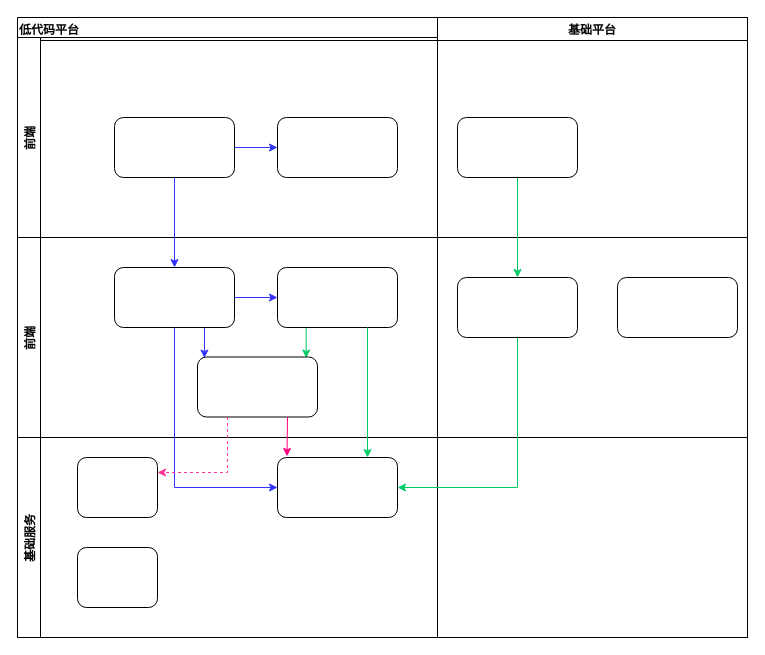
Above: Untitled Diagram.drawio in YBKTester/PeanutAutoTest (draw.io), before the change. Source tidied: cells renumbered, new cells numbered last; positions are measured from the earlier drawing's top-left corner, leaving out a move shared by most shapes. Both pictures are drawn from the tidied source at 100%, with x=0, y=0 at pixel (17, 17).
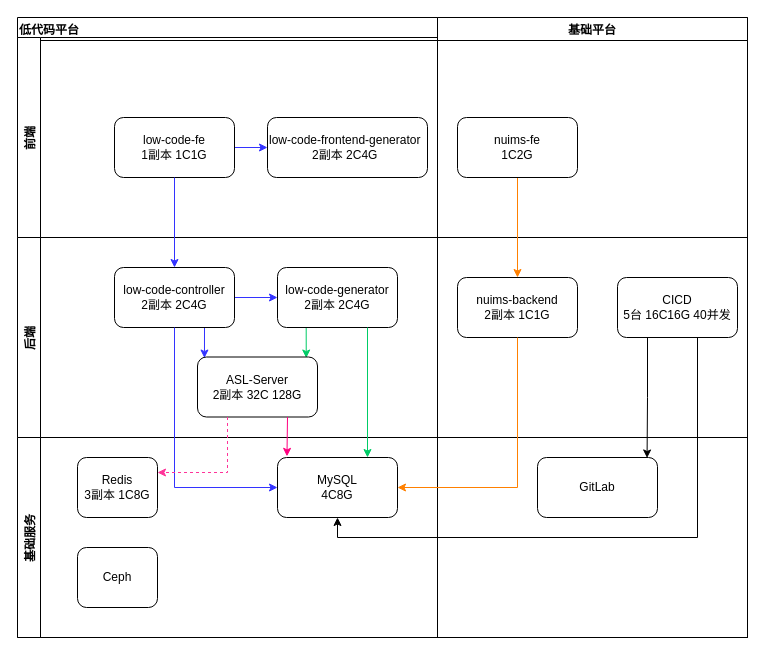
The same diagram, later.

Unchanged cells that the change refers to:
```xml
<mxCell id="2" value="低代码平台" style="swimlane;align=left;" parent="1" vertex="1">
  <mxGeometry width="730" height="620" as="geometry" />
</mxCell>
<mxCell id="3" value="前端" style="swimlane;horizontal=0;" parent="2" vertex="1">
  <mxGeometry y="20" width="730" height="200" as="geometry" />
</mxCell>
<mxCell id="14" value="基础服务" style="swimlane;horizontal=0;" parent="2" vertex="1">
  <mxGeometry y="420" width="730" height="200" as="geometry" />
</mxCell>
<mxCell id="23" value="基础平台" style="swimlane;" parent="1" vertex="1">
  <mxGeometry x="420" width="310" height="620" as="geometry" />
</mxCell>
```

The edit, as a diff of the source:
```diff
@@
-    <mxCell id="5" style="rounded=1;whiteSpace=wrap;html=1;align=left;" parent="3" vertex="1">
+    <mxCell id="5" value="low-code-fe&lt;br&gt;1副本 1C1G" style="rounded=1;whiteSpace=wrap;html=1;align=center;" parent="3" vertex="1">
       <mxGeometry x="97" y="80" width="120" height="60" as="geometry" />
     </mxCell>
-    <mxCell id="6" style="rounded=1;whiteSpace=wrap;html=1;align=left;" parent="3" vertex="1">
-      <mxGeometry x="260" y="80" width="120" height="60" as="geometry" />
+    <mxCell id="6" value="low-code-frontend-generator&lt;br&gt;&lt;div style=&quot;text-align: center&quot;&gt;&lt;span&gt;2副本 2C4G&lt;/span&gt;&lt;/div&gt;" style="rounded=1;whiteSpace=wrap;html=1;align=left;" parent="3" vertex="1">
+      <mxGeometry x="250" y="80" width="160" height="60" as="geometry" />
     </mxCell>
-    <mxCell id="7" value="前端" style="swimlane;horizontal=0;" parent="2" vertex="1">
+    <mxCell id="7" value="后端" style="swimlane;horizontal=0;" parent="2" vertex="1">
       <mxGeometry y="220" width="730" height="200" as="geometry" />
     </mxCell>
@@
-    <mxCell id="10" style="rounded=1;whiteSpace=wrap;html=1;align=left;" parent="7" vertex="1">
+    <mxCell id="10" value="low-code-controller&lt;br&gt;&lt;div style=&quot;&quot;&gt;&lt;span&gt;2副本 2C4G&lt;/span&gt;&lt;/div&gt;" style="rounded=1;whiteSpace=wrap;html=1;align=center;" parent="7" vertex="1">
       <mxGeometry x="97" y="30" width="120" height="60" as="geometry" />
     </mxCell>
@@
-    <mxCell id="12" style="rounded=1;whiteSpace=wrap;html=1;align=left;" parent="7" vertex="1">
+    <mxCell id="12" value="&lt;span&gt;low-code-&lt;/span&gt;generator&lt;br&gt;&lt;div style=&quot;&quot;&gt;2副本 2C4G&lt;/div&gt;" style="rounded=1;whiteSpace=wrap;html=1;align=center;" parent="7" vertex="1">
       <mxGeometry x="260" y="30" width="120" height="60" as="geometry" />
     </mxCell>
-    <mxCell id="13" style="rounded=1;whiteSpace=wrap;html=1;align=left;" parent="7" vertex="1">
+    <mxCell id="13" value="ASL-Server&lt;br&gt;2副本 32C 128G" style="rounded=1;whiteSpace=wrap;html=1;align=center;" parent="7" vertex="1">
       <mxGeometry x="180" y="119.5" width="120" height="60" as="geometry" />
     </mxCell>
@@
-    <mxCell id="15" style="rounded=1;whiteSpace=wrap;html=1;align=left;" parent="14" vertex="1">
+    <mxCell id="15" value="Redis&lt;br&gt;3副本 1C8G" style="rounded=1;whiteSpace=wrap;html=1;align=center;" parent="14" vertex="1">
       <mxGeometry x="60" y="20" width="80" height="60" as="geometry" />
     </mxCell>
-    <mxCell id="16" style="rounded=1;whiteSpace=wrap;html=1;align=left;" parent="14" vertex="1">
+    <mxCell id="16" value="MySQL&lt;br&gt;&lt;div style=&quot;&quot;&gt;&lt;span&gt;4C8G&lt;/span&gt;&lt;/div&gt;" style="rounded=1;whiteSpace=wrap;html=1;align=center;" parent="14" vertex="1">
       <mxGeometry x="260" y="20" width="120" height="60" as="geometry" />
     </mxCell>
-    <mxCell id="17" style="rounded=1;whiteSpace=wrap;html=1;align=left;" parent="14" vertex="1">
+    <mxCell id="17" value="Ceph" style="rounded=1;whiteSpace=wrap;html=1;align=center;" parent="14" vertex="1">
       <mxGeometry x="60" y="110" width="80" height="60" as="geometry" />
     </mxCell>
@@
-    <mxCell id="24" style="edgeStyle=orthogonalEdgeStyle;rounded=0;jettySize=auto;html=1;strokeColor=#00CC66;" parent="23" edge="1" source="25" target="26">
+    <mxCell id="24" style="edgeStyle=orthogonalEdgeStyle;rounded=0;jettySize=auto;html=1;strokeColor=#FF8000;fontColor=#FF8000;" parent="23" edge="1" source="25" target="26">
       <mxGeometry relative="1" as="geometry" />
     </mxCell>
-    <mxCell id="25" style="rounded=1;whiteSpace=wrap;html=1;align=left;" parent="23" vertex="1">
+    <mxCell id="25" value="nuims-fe&lt;br&gt;1C2G" style="rounded=1;whiteSpace=wrap;html=1;align=center;" parent="23" vertex="1">
       <mxGeometry x="20" y="100" width="120" height="60" as="geometry" />
     </mxCell>
-    <mxCell id="26" style="rounded=1;whiteSpace=wrap;html=1;align=left;" parent="23" vertex="1">
+    <mxCell id="26" value="nuims-backend&lt;br&gt;2副本 1C1G" style="rounded=1;whiteSpace=wrap;html=1;align=center;" parent="23" vertex="1">
       <mxGeometry x="20" y="260" width="120" height="60" as="geometry" />
     </mxCell>
+    <mxCell id="29" style="edgeStyle=orthogonalEdgeStyle;rounded=0;jettySize=auto;html=1;exitX=0.25;exitY=1;exitDx=0;exitDy=0;entryX=0.913;entryY=0.008;entryDx=0;entryDy=0;entryPerimeter=0;fontColor=#000000;strokeColor=#000000;" parent="23" edge="1" source="27" target="30">
+      <mxGeometry relative="1" as="geometry" />
+    </mxCell>
-    <mxCell id="27" style="rounded=1;whiteSpace=wrap;html=1;align=left;" parent="23" vertex="1">
+    <mxCell id="27" value="CICD&lt;br&gt;5台 16C16G 40并发" style="rounded=1;whiteSpace=wrap;html=1;align=center;" parent="23" vertex="1">
       <mxGeometry x="180" y="260" width="120" height="60" as="geometry" />
     </mxCell>
+    <mxCell id="30" value="GitLab" style="rounded=1;whiteSpace=wrap;html=1;align=center;" parent="23" vertex="1">
+      <mxGeometry x="100" y="440" width="120" height="60" as="geometry" />
+    </mxCell>
-    <mxCell id="28" style="edgeStyle=orthogonalEdgeStyle;rounded=0;jettySize=auto;html=1;entryX=1;entryY=0.5;entryDx=0;entryDy=0;strokeColor=#00CC66;exitX=0.5;exitY=1;exitDx=0;exitDy=0;" parent="1" edge="1" source="26" target="16">
+    <mxCell id="28" style="edgeStyle=orthogonalEdgeStyle;rounded=0;jettySize=auto;html=1;entryX=1;entryY=0.5;entryDx=0;entryDy=0;strokeColor=#FF8000;exitX=0.5;exitY=1;exitDx=0;exitDy=0;fontColor=#FF8000;" parent="1" edge="1" source="26" target="16">
       <mxGeometry relative="1" as="geometry" />
     </mxCell>
+    <mxCell id="31" style="edgeStyle=orthogonalEdgeStyle;rounded=0;jettySize=auto;html=1;entryX=0.5;entryY=1;entryDx=0;entryDy=0;fontColor=#000000;strokeColor=#000000;" parent="1" edge="1" source="27" target="16">
+      <mxGeometry relative="1" as="geometry">
+        <Array as="points">
+          <mxPoint x="680" y="520" />
+          <mxPoint x="320" y="520" />
+        </Array>
+      </mxGeometry>
+    </mxCell>
```
